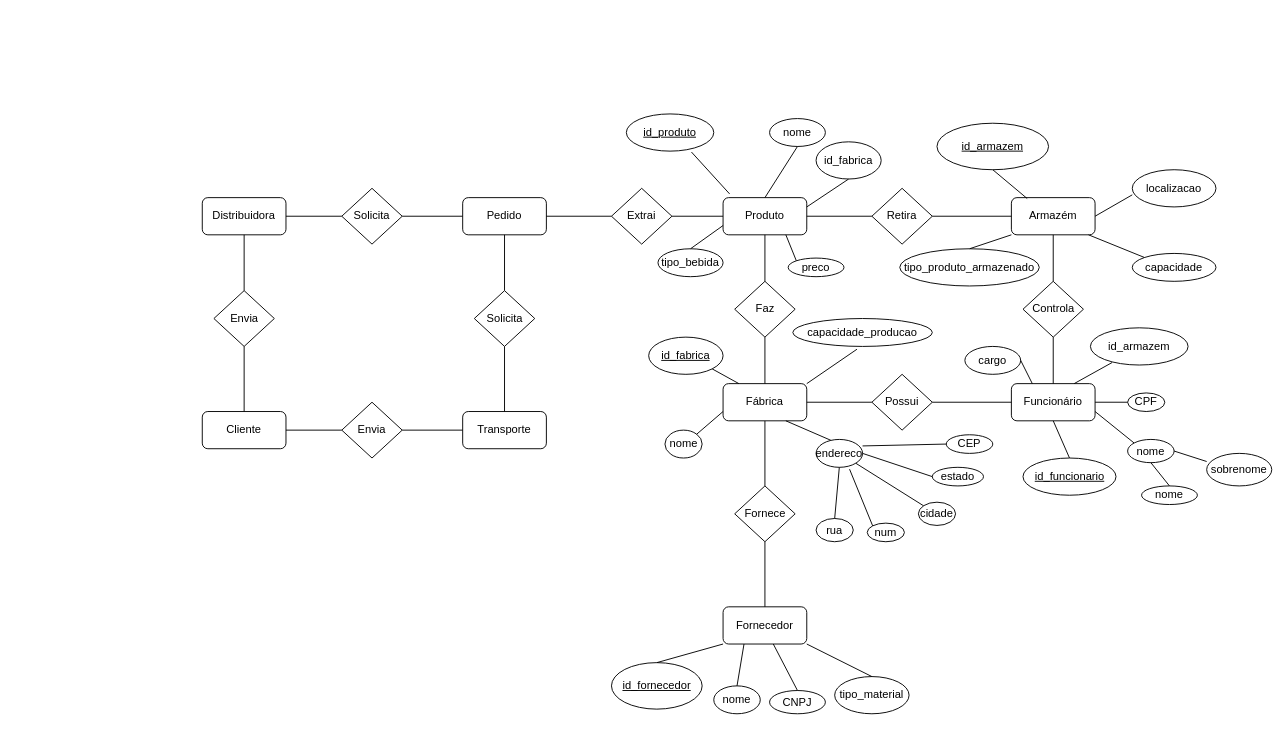
Earlier version of the draw.io diagram Diagrama sem nome.drawio (mateusszabo/mateusszabo). Source tidied: cells renumbered, new cells numbered last; positions are measured from the earlier drawing's top-left corner, leaving out a move shared by most shapes. Both pictures are drawn from the tidied source at 93%, with x=0, y=0 at pixel (202, 113).
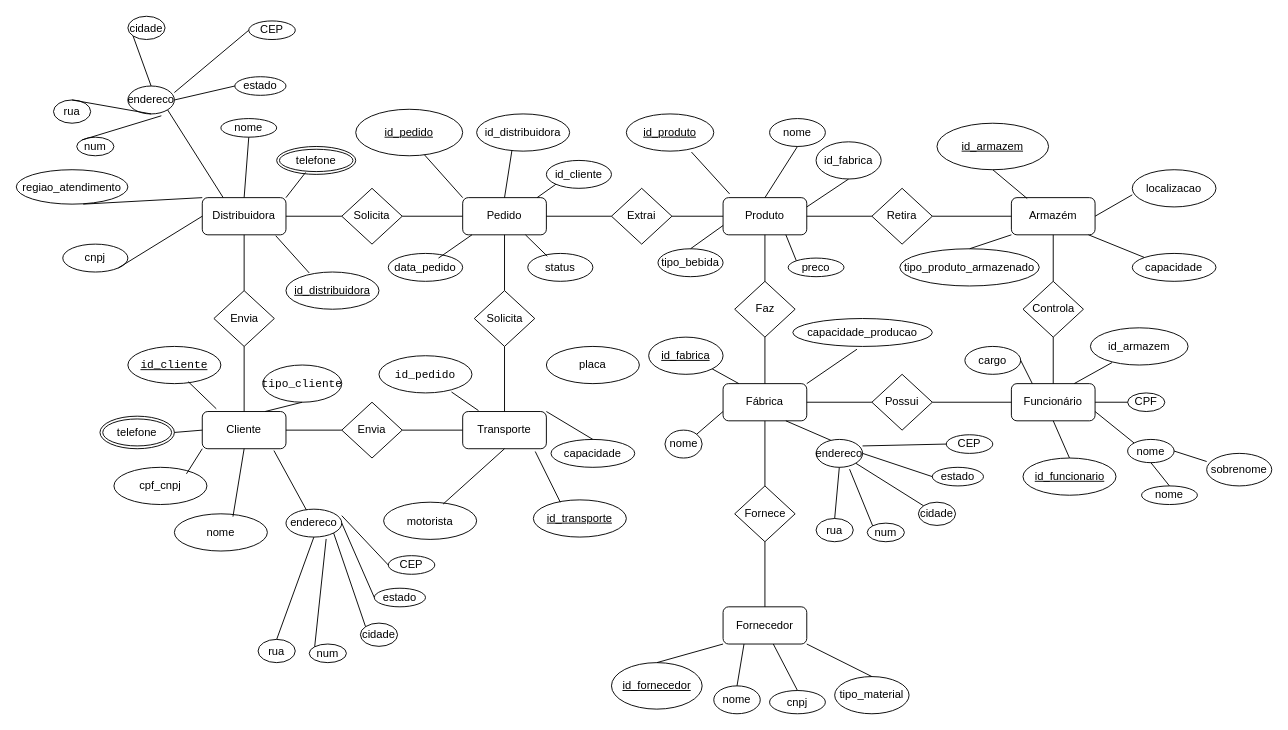
The same page after the edit.

The change refers to these unchanged cells:
```xml
<mxCell id="22" value="Pedido" style="rounded=1;whiteSpace=wrap;html=1;" parent="1" vertex="1">
  <mxGeometry x="280" y="90" width="90" height="40" as="geometry" />
</mxCell>
<mxCell id="27" value="Distribuidora" style="rounded=1;whiteSpace=wrap;html=1;" parent="1" vertex="1">
  <mxGeometry y="90" width="90" height="40" as="geometry" />
</mxCell>
<mxCell id="32" value="Cliente" style="rounded=1;whiteSpace=wrap;html=1;" parent="1" vertex="1">
  <mxGeometry y="320" width="90" height="40" as="geometry" />
</mxCell>
<mxCell id="34" value="Transporte" style="rounded=1;whiteSpace=wrap;html=1;" parent="1" vertex="1">
  <mxGeometry x="280" y="320" width="90" height="40" as="geometry" />
</mxCell>
```

Change to the diagram source:
```diff
@@
-    <mxCell id="44" value="CNPJ" style="ellipse;whiteSpace=wrap;html=1;align=center;" parent="1" vertex="1">
+    <mxCell id="44" value="cnpj" style="ellipse;whiteSpace=wrap;html=1;align=center;" parent="1" vertex="1">
       <mxGeometry x="610" y="620" width="60" height="25" as="geometry" />
     </mxCell>
@@
+    <mxCell id="100" value="id_pedido" style="ellipse;whiteSpace=wrap;html=1;align=center;fontStyle=4;" parent="1" vertex="1">
+      <mxGeometry x="165" y="-5" width="115" height="50" as="geometry" />
+    </mxCell>
+    <mxCell id="101" value="data_pedido" style="ellipse;whiteSpace=wrap;html=1;align=center;" parent="1" vertex="1">
+      <mxGeometry x="200" y="150" width="80" height="30" as="geometry" />
+    </mxCell>
+    <mxCell id="102" value="status" style="ellipse;whiteSpace=wrap;html=1;align=center;" parent="1" vertex="1">
+      <mxGeometry x="350" y="150" width="70" height="30" as="geometry" />
+    </mxCell>
+    <mxCell id="103" value="id_cliente" style="ellipse;whiteSpace=wrap;html=1;align=center;" parent="1" vertex="1">
+      <mxGeometry x="370" y="50" width="70" height="30" as="geometry" />
+    </mxCell>
+    <mxCell id="104" value="id_distribuidora" style="ellipse;whiteSpace=wrap;html=1;align=center;" parent="1" vertex="1">
+      <mxGeometry x="295" width="100" height="40" as="geometry" />
+    </mxCell>
+    <mxCell id="105" style="endArrow=none;html=1;rounded=0;entryX=0.643;entryY=0.98;entryDx=0;entryDy=0;entryPerimeter=0;exitX=0;exitY=0;exitDx=0;exitDy=0;" parent="1" edge="1" source="22" target="100">
+      <mxGeometry relative="1" as="geometry" />
+    </mxCell>
+    <mxCell id="106" style="endArrow=none;html=1;rounded=0;exitX=0.38;exitY=0.975;exitDx=0;exitDy=0;exitPerimeter=0;entryX=0.5;entryY=0;entryDx=0;entryDy=0;" parent="1" edge="1" source="104" target="22">
+      <mxGeometry relative="1" as="geometry" />
+    </mxCell>
+    <mxCell id="107" style="endArrow=none;html=1;rounded=0;exitX=0;exitY=1;exitDx=0;exitDy=0;entryX=0.889;entryY=0;entryDx=0;entryDy=0;entryPerimeter=0;" parent="1" edge="1" source="103" target="22">
+      <mxGeometry relative="1" as="geometry" />
+    </mxCell>
+    <mxCell id="108" style="endArrow=none;html=1;rounded=0;exitX=0.111;exitY=1;exitDx=0;exitDy=0;exitPerimeter=0;entryX=0.675;entryY=0.167;entryDx=0;entryDy=0;entryPerimeter=0;" parent="1" edge="1" source="22" target="101">
+      <mxGeometry relative="1" as="geometry" />
+    </mxCell>
+    <mxCell id="109" style="endArrow=none;html=1;rounded=0;exitX=0.75;exitY=1;exitDx=0;exitDy=0;entryX=0.3;entryY=0.1;entryDx=0;entryDy=0;entryPerimeter=0;" parent="1" edge="1" source="22" target="102">
+      <mxGeometry relative="1" as="geometry" />
+    </mxCell>
+    <mxCell id="110" value="id_distribuidora" style="ellipse;whiteSpace=wrap;html=1;align=center;fontStyle=4;" parent="1" vertex="1">
+      <mxGeometry x="90" y="170" width="100" height="40" as="geometry" />
+    </mxCell>
+    <mxCell id="111" value="nome" style="ellipse;whiteSpace=wrap;html=1;align=center;" parent="1" vertex="1">
+      <mxGeometry x="20" y="5" width="60" height="20" as="geometry" />
+    </mxCell>
+    <mxCell id="112" value="cnpj" style="ellipse;whiteSpace=wrap;html=1;align=center;" parent="1" vertex="1">
+      <mxGeometry x="-150" y="140" width="70" height="30" as="geometry" />
+    </mxCell>
+    <mxCell id="113" style="endArrow=none;html=1;rounded=0;exitX=0.878;exitY=1.025;exitDx=0;exitDy=0;exitPerimeter=0;entryX=0.25;entryY=0.025;entryDx=0;entryDy=0;entryPerimeter=0;" parent="1" edge="1" source="27" target="110">
+      <mxGeometry relative="1" as="geometry" />
+    </mxCell>
+    <mxCell id="114" style="endArrow=none;html=1;rounded=0;exitX=0.5;exitY=1;exitDx=0;exitDy=0;entryX=0.5;entryY=0;entryDx=0;entryDy=0;" parent="1" edge="1" source="111" target="27">
+      <mxGeometry relative="1" as="geometry" />
+    </mxCell>
+    <mxCell id="115" style="endArrow=none;html=1;rounded=0;exitX=1;exitY=1;exitDx=0;exitDy=0;entryX=0;entryY=0.5;entryDx=0;entryDy=0;" parent="1" edge="1" source="112" target="27">
+      <mxGeometry relative="1" as="geometry" />
+    </mxCell>
+    <mxCell id="116" value="telefone" style="ellipse;shape=doubleEllipse;margin=3;whiteSpace=wrap;html=1;align=center;" parent="1" vertex="1">
+      <mxGeometry x="80" y="35" width="85" height="30" as="geometry" />
+    </mxCell>
+    <mxCell id="117" value="regiao_atendimento" style="ellipse;whiteSpace=wrap;html=1;align=center;" parent="1" vertex="1">
+      <mxGeometry x="-200" y="60" width="120" height="37" as="geometry" />
+    </mxCell>
+    <mxCell id="118" style="endArrow=none;html=1;rounded=0;exitX=0.365;exitY=0.933;exitDx=0;exitDy=0;exitPerimeter=0;entryX=1;entryY=0;entryDx=0;entryDy=0;" parent="1" edge="1" source="116" target="27">
+      <mxGeometry relative="1" as="geometry" />
+    </mxCell>
+    <mxCell id="119" style="endArrow=none;html=1;rounded=0;entryX=0;entryY=0;entryDx=0;entryDy=0;exitX=0.6;exitY=1;exitDx=0;exitDy=0;exitPerimeter=0;" parent="1" edge="1" source="117" target="27">
+      <mxGeometry relative="1" as="geometry" />
+    </mxCell>
+    <mxCell id="120" value="endereco" style="ellipse;whiteSpace=wrap;html=1;align=center;" parent="1" vertex="1">
+      <mxGeometry x="-80" y="-30" width="50" height="30" as="geometry" />
+    </mxCell>
+    <mxCell id="121" value="rua" style="ellipse;whiteSpace=wrap;html=1;align=center;" parent="1" vertex="1">
+      <mxGeometry x="-160" y="-15" width="40" height="25" as="geometry" />
+    </mxCell>
+    <mxCell id="122" value="num" style="ellipse;whiteSpace=wrap;html=1;align=center;" parent="1" vertex="1">
+      <mxGeometry x="-135" y="25" width="40" height="20" as="geometry" />
+    </mxCell>
+    <mxCell id="123" value="cidade" style="ellipse;whiteSpace=wrap;html=1;align=center;" parent="1" vertex="1">
+      <mxGeometry x="-80" y="-105" width="40" height="25" as="geometry" />
+    </mxCell>
+    <mxCell id="124" value="estado" style="ellipse;whiteSpace=wrap;html=1;align=center;" parent="1" vertex="1">
+      <mxGeometry x="35" y="-40" width="55" height="20" as="geometry" />
+    </mxCell>
+    <mxCell id="125" value="CEP" style="ellipse;whiteSpace=wrap;html=1;align=center;" parent="1" vertex="1">
+      <mxGeometry x="50" y="-100" width="50" height="20" as="geometry" />
+    </mxCell>
+    <mxCell id="126" style="endArrow=none;html=1;rounded=0;entryX=0.5;entryY=1;entryDx=0;entryDy=0;exitX=0.5;exitY=0;exitDx=0;exitDy=0;" parent="1" edge="1" source="121" target="120">
+      <mxGeometry relative="1" as="geometry" />
+    </mxCell>
+    <mxCell id="127" style="endArrow=none;html=1;rounded=0;exitX=1;exitY=0.5;exitDx=0;exitDy=0;entryX=0;entryY=0.5;entryDx=0;entryDy=0;" parent="1" edge="1" source="120" target="124">
+      <mxGeometry relative="1" as="geometry" />
+    </mxCell>
+    <mxCell id="128" style="endArrow=none;html=1;rounded=0;exitX=1;exitY=0.233;exitDx=0;exitDy=0;exitPerimeter=0;entryX=0;entryY=0.5;entryDx=0;entryDy=0;" parent="1" edge="1" source="120" target="125">
+      <mxGeometry relative="1" as="geometry" />
+    </mxCell>
+    <mxCell id="129" style="endArrow=none;html=1;rounded=0;exitX=0.72;exitY=1.067;exitDx=0;exitDy=0;exitPerimeter=0;entryX=0;entryY=0;entryDx=0;entryDy=0;" parent="1" edge="1" source="120" target="122">
+      <mxGeometry relative="1" as="geometry" />
+    </mxCell>
+    <mxCell id="130" style="endArrow=none;html=1;rounded=0;exitX=0;exitY=1;exitDx=0;exitDy=0;entryX=0.5;entryY=0;entryDx=0;entryDy=0;" parent="1" edge="1" source="123" target="120">
+      <mxGeometry relative="1" as="geometry" />
+    </mxCell>
+    <mxCell id="131" style="endArrow=none;html=1;rounded=0;exitX=1;exitY=1;exitDx=0;exitDy=0;entryX=0.25;entryY=0;entryDx=0;entryDy=0;" parent="1" edge="1" source="120" target="27">
+      <mxGeometry relative="1" as="geometry" />
+    </mxCell>
+    <mxCell id="132" value="capacidade" style="ellipse;whiteSpace=wrap;html=1;align=center;" parent="1" vertex="1">
+      <mxGeometry x="375" y="350" width="90" height="30" as="geometry" />
+    </mxCell>
+    <mxCell id="133" value="motorista" style="ellipse;whiteSpace=wrap;html=1;align=center;" parent="1" vertex="1">
+      <mxGeometry x="195" y="417.5" width="100" height="40" as="geometry" />
+    </mxCell>
+    <mxCell id="134" value="&lt;code&gt;id_pedido&lt;/code&gt;" style="ellipse;whiteSpace=wrap;html=1;align=center;" parent="1" vertex="1">
+      <mxGeometry x="190" y="260" width="100" height="40" as="geometry" />
+    </mxCell>
+    <mxCell id="135" value="placa" style="ellipse;whiteSpace=wrap;html=1;align=center;" parent="1" vertex="1">
+      <mxGeometry x="370" y="250" width="100" height="40" as="geometry" />
+    </mxCell>
+    <mxCell id="136" value="id_transporte" style="ellipse;whiteSpace=wrap;html=1;align=center;fontStyle=4;" parent="1" vertex="1">
+      <mxGeometry x="356" y="415" width="100" height="40" as="geometry" />
+    </mxCell>
+    <mxCell id="137" style="endArrow=none;html=1;rounded=0;exitX=0.78;exitY=0.975;exitDx=0;exitDy=0;exitPerimeter=0;entryX=0.189;entryY=-0.025;entryDx=0;entryDy=0;entryPerimeter=0;" parent="1" edge="1" source="134" target="34">
+      <mxGeometry relative="1" as="geometry" />
+    </mxCell>
+    <mxCell id="138" style="endArrow=none;html=1;rounded=0;exitX=0.867;exitY=1.075;exitDx=0;exitDy=0;exitPerimeter=0;entryX=0.29;entryY=0.063;entryDx=0;entryDy=0;entryPerimeter=0;" parent="1" edge="1" source="34" target="136">
+      <mxGeometry relative="1" as="geometry" />
+    </mxCell>
+    <mxCell id="139" style="endArrow=none;html=1;rounded=0;exitX=1;exitY=0;exitDx=0;exitDy=0;entryX=0.5;entryY=0;entryDx=0;entryDy=0;" parent="1" edge="1" source="34" target="132">
+      <mxGeometry relative="1" as="geometry" />
+    </mxCell>
+    <mxCell id="140" style="endArrow=none;html=1;rounded=0;exitX=0.5;exitY=1;exitDx=0;exitDy=0;entryX=0.64;entryY=0.05;entryDx=0;entryDy=0;entryPerimeter=0;" parent="1" edge="1" source="34" target="133">
+      <mxGeometry relative="1" as="geometry" />
+    </mxCell>
+    <mxCell id="141" value="&lt;code&gt;id_cliente&lt;/code&gt;" style="ellipse;whiteSpace=wrap;html=1;align=center;fontStyle=4;" parent="1" vertex="1">
+      <mxGeometry x="-80" y="250" width="100" height="40" as="geometry" />
+    </mxCell>
+    <mxCell id="142" value="nome" style="ellipse;whiteSpace=wrap;html=1;align=center;" parent="1" vertex="1">
+      <mxGeometry x="-30" y="430" width="100" height="40" as="geometry" />
+    </mxCell>
+    <mxCell id="143" value="cpf_cnpj" style="ellipse;whiteSpace=wrap;html=1;align=center;" parent="1" vertex="1">
+      <mxGeometry x="-95" y="380" width="100" height="40" as="geometry" />
+    </mxCell>
+    <mxCell id="144" value="&lt;code&gt;tipo_cliente&lt;/code&gt;" style="ellipse;whiteSpace=wrap;html=1;align=center;" parent="1" vertex="1">
+      <mxGeometry x="65" y="270" width="85" height="40" as="geometry" />
+    </mxCell>
+    <mxCell id="145" value="telefone" style="ellipse;shape=doubleEllipse;margin=3;whiteSpace=wrap;html=1;align=center;" parent="1" vertex="1">
+      <mxGeometry x="-110" y="325" width="80" height="35" as="geometry" />
+    </mxCell>
+    <mxCell id="146" value="endereco" style="ellipse;whiteSpace=wrap;html=1;align=center;" parent="1" vertex="1">
+      <mxGeometry x="90" y="425" width="60" height="30" as="geometry" />
+    </mxCell>
+    <mxCell id="147" value="rua" style="ellipse;whiteSpace=wrap;html=1;align=center;" parent="1" vertex="1">
+      <mxGeometry x="60" y="565" width="40" height="25" as="geometry" />
+    </mxCell>
+    <mxCell id="148" value="num" style="ellipse;whiteSpace=wrap;html=1;align=center;" parent="1" vertex="1">
+      <mxGeometry x="115" y="570" width="40" height="20" as="geometry" />
+    </mxCell>
+    <mxCell id="149" value="cidade" style="ellipse;whiteSpace=wrap;html=1;align=center;" parent="1" vertex="1">
+      <mxGeometry x="170" y="547.5" width="40" height="25" as="geometry" />
+    </mxCell>
+    <mxCell id="150" value="estado" style="ellipse;whiteSpace=wrap;html=1;align=center;" parent="1" vertex="1">
+      <mxGeometry x="185" y="510" width="55" height="20" as="geometry" />
+    </mxCell>
+    <mxCell id="151" value="CEP" style="ellipse;whiteSpace=wrap;html=1;align=center;" parent="1" vertex="1">
+      <mxGeometry x="200" y="475" width="50" height="20" as="geometry" />
+    </mxCell>
+    <mxCell id="152" style="endArrow=none;html=1;rounded=0;entryX=0.5;entryY=1;entryDx=0;entryDy=0;exitX=0.5;exitY=0;exitDx=0;exitDy=0;" parent="1" edge="1" source="147" target="146">
+      <mxGeometry relative="1" as="geometry" />
+    </mxCell>
+    <mxCell id="153" style="endArrow=none;html=1;rounded=0;exitX=0;exitY=0;exitDx=0;exitDy=0;entryX=1;entryY=1;entryDx=0;entryDy=0;" parent="1" edge="1" source="149" target="146">
+      <mxGeometry relative="1" as="geometry" />
+    </mxCell>
+    <mxCell id="154" style="endArrow=none;html=1;rounded=0;exitX=1;exitY=0.5;exitDx=0;exitDy=0;entryX=0;entryY=0.5;entryDx=0;entryDy=0;" parent="1" edge="1" source="146" target="150">
+      <mxGeometry relative="1" as="geometry" />
+    </mxCell>
+    <mxCell id="155" style="endArrow=none;html=1;rounded=0;exitX=1;exitY=0.233;exitDx=0;exitDy=0;exitPerimeter=0;entryX=0;entryY=0.5;entryDx=0;entryDy=0;" parent="1" edge="1" source="146" target="151">
+      <mxGeometry relative="1" as="geometry" />
+    </mxCell>
+    <mxCell id="156" style="endArrow=none;html=1;rounded=0;exitX=0.72;exitY=1.067;exitDx=0;exitDy=0;exitPerimeter=0;entryX=0;entryY=0;entryDx=0;entryDy=0;" parent="1" edge="1" source="146" target="148">
+      <mxGeometry relative="1" as="geometry" />
+    </mxCell>
+    <mxCell id="157" style="endArrow=none;html=1;rounded=0;exitX=0.5;exitY=1;exitDx=0;exitDy=0;entryX=0.75;entryY=0;entryDx=0;entryDy=0;" parent="1" edge="1" source="144" target="32">
+      <mxGeometry relative="1" as="geometry" />
+    </mxCell>
+    <mxCell id="158" style="endArrow=none;html=1;rounded=0;exitX=0.65;exitY=0.95;exitDx=0;exitDy=0;exitPerimeter=0;entryX=0.167;entryY=-0.075;entryDx=0;entryDy=0;entryPerimeter=0;" parent="1" edge="1" source="141" target="32">
+      <mxGeometry relative="1" as="geometry" />
+    </mxCell>
+    <mxCell id="159" style="endArrow=none;html=1;rounded=0;exitX=1;exitY=0.5;exitDx=0;exitDy=0;entryX=0;entryY=0.5;entryDx=0;entryDy=0;" parent="1" edge="1" source="145" target="32">
+      <mxGeometry relative="1" as="geometry" />
+    </mxCell>
+    <mxCell id="160" style="endArrow=none;html=1;rounded=0;exitX=0.78;exitY=0.175;exitDx=0;exitDy=0;exitPerimeter=0;entryX=0;entryY=1;entryDx=0;entryDy=0;" parent="1" edge="1" source="143" target="32">
+      <mxGeometry relative="1" as="geometry" />
+    </mxCell>
+    <mxCell id="161" style="endArrow=none;html=1;rounded=0;exitX=0.63;exitY=0.075;exitDx=0;exitDy=0;exitPerimeter=0;entryX=0.5;entryY=1;entryDx=0;entryDy=0;" parent="1" edge="1" source="142" target="32">
+      <mxGeometry relative="1" as="geometry" />
+    </mxCell>
+    <mxCell id="162" style="endArrow=none;html=1;rounded=0;exitX=0.856;exitY=1.05;exitDx=0;exitDy=0;exitPerimeter=0;entryX=0.367;entryY=0.033;entryDx=0;entryDy=0;entryPerimeter=0;" parent="1" edge="1" source="32" target="146">
+      <mxGeometry relative="1" as="geometry" />
+    </mxCell>
```
